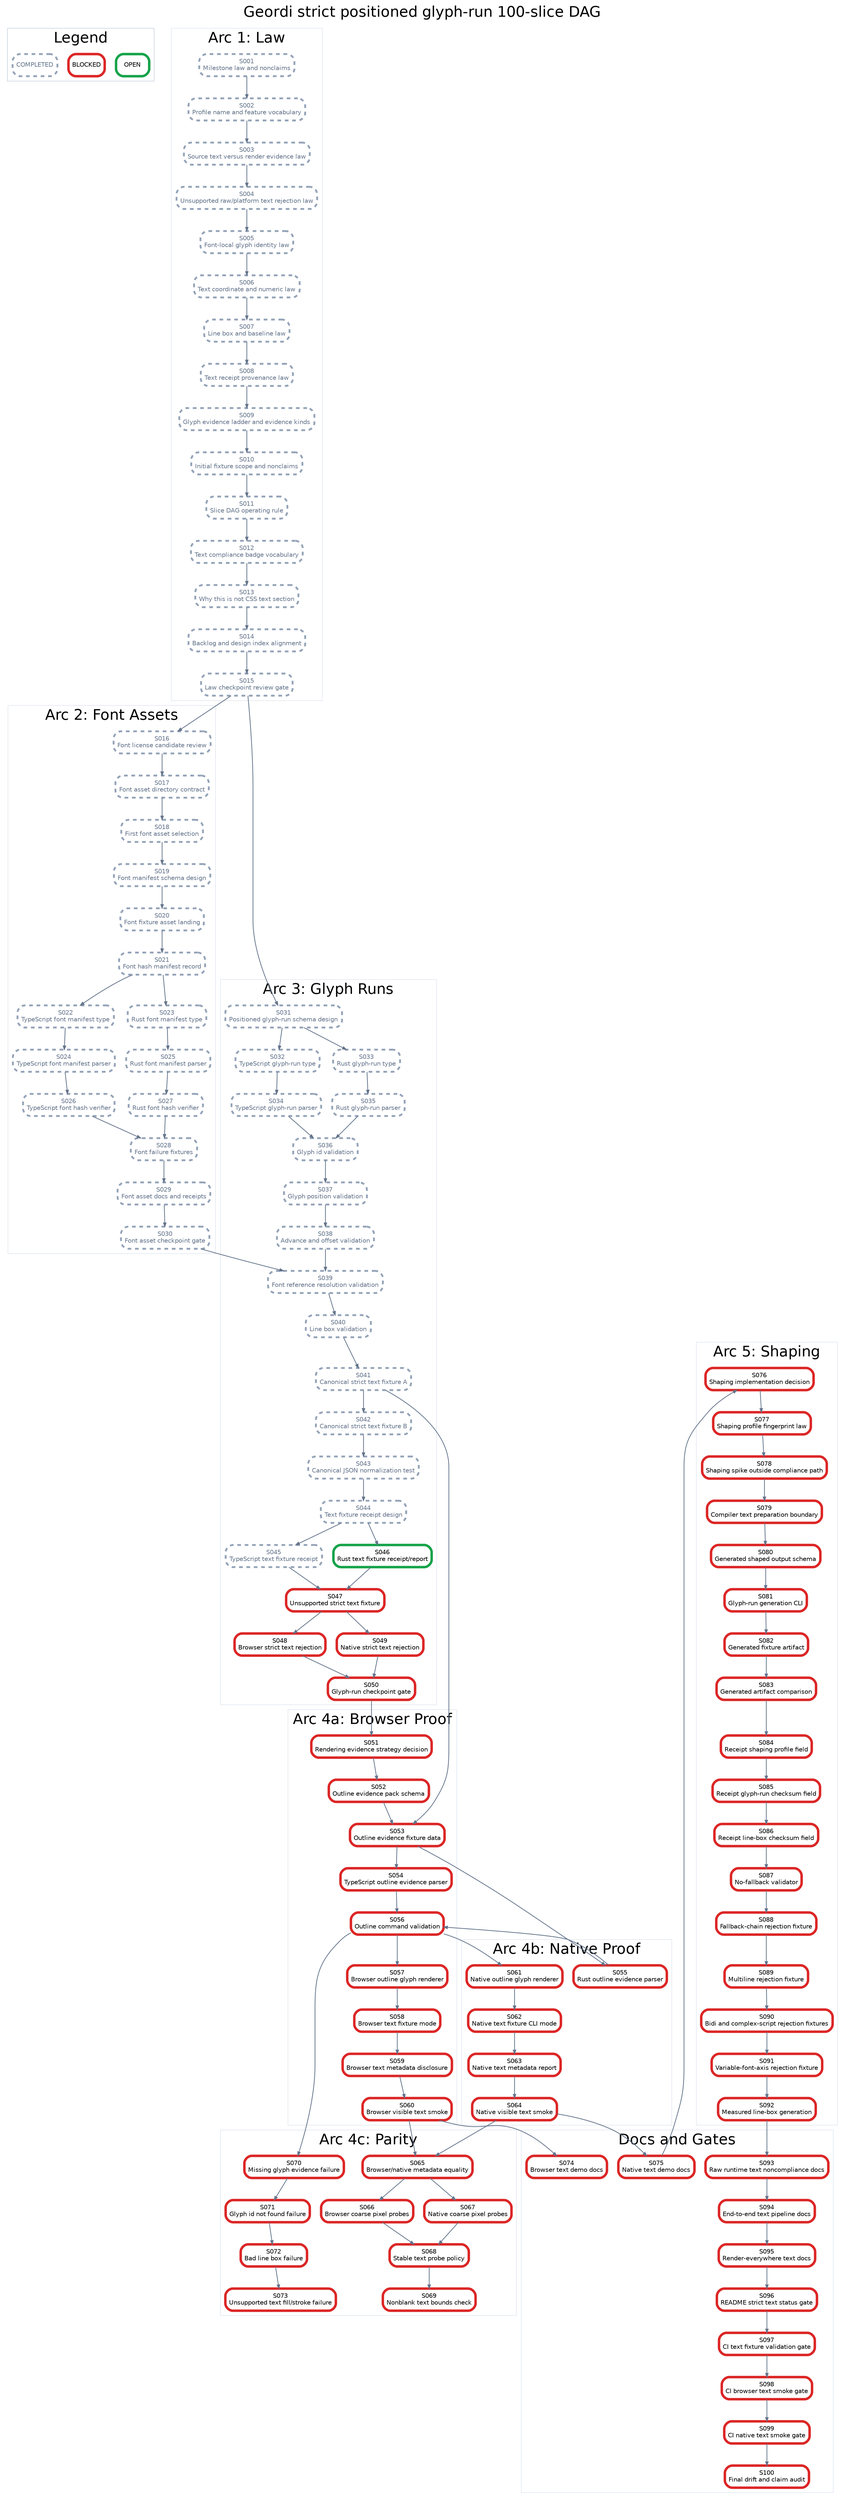
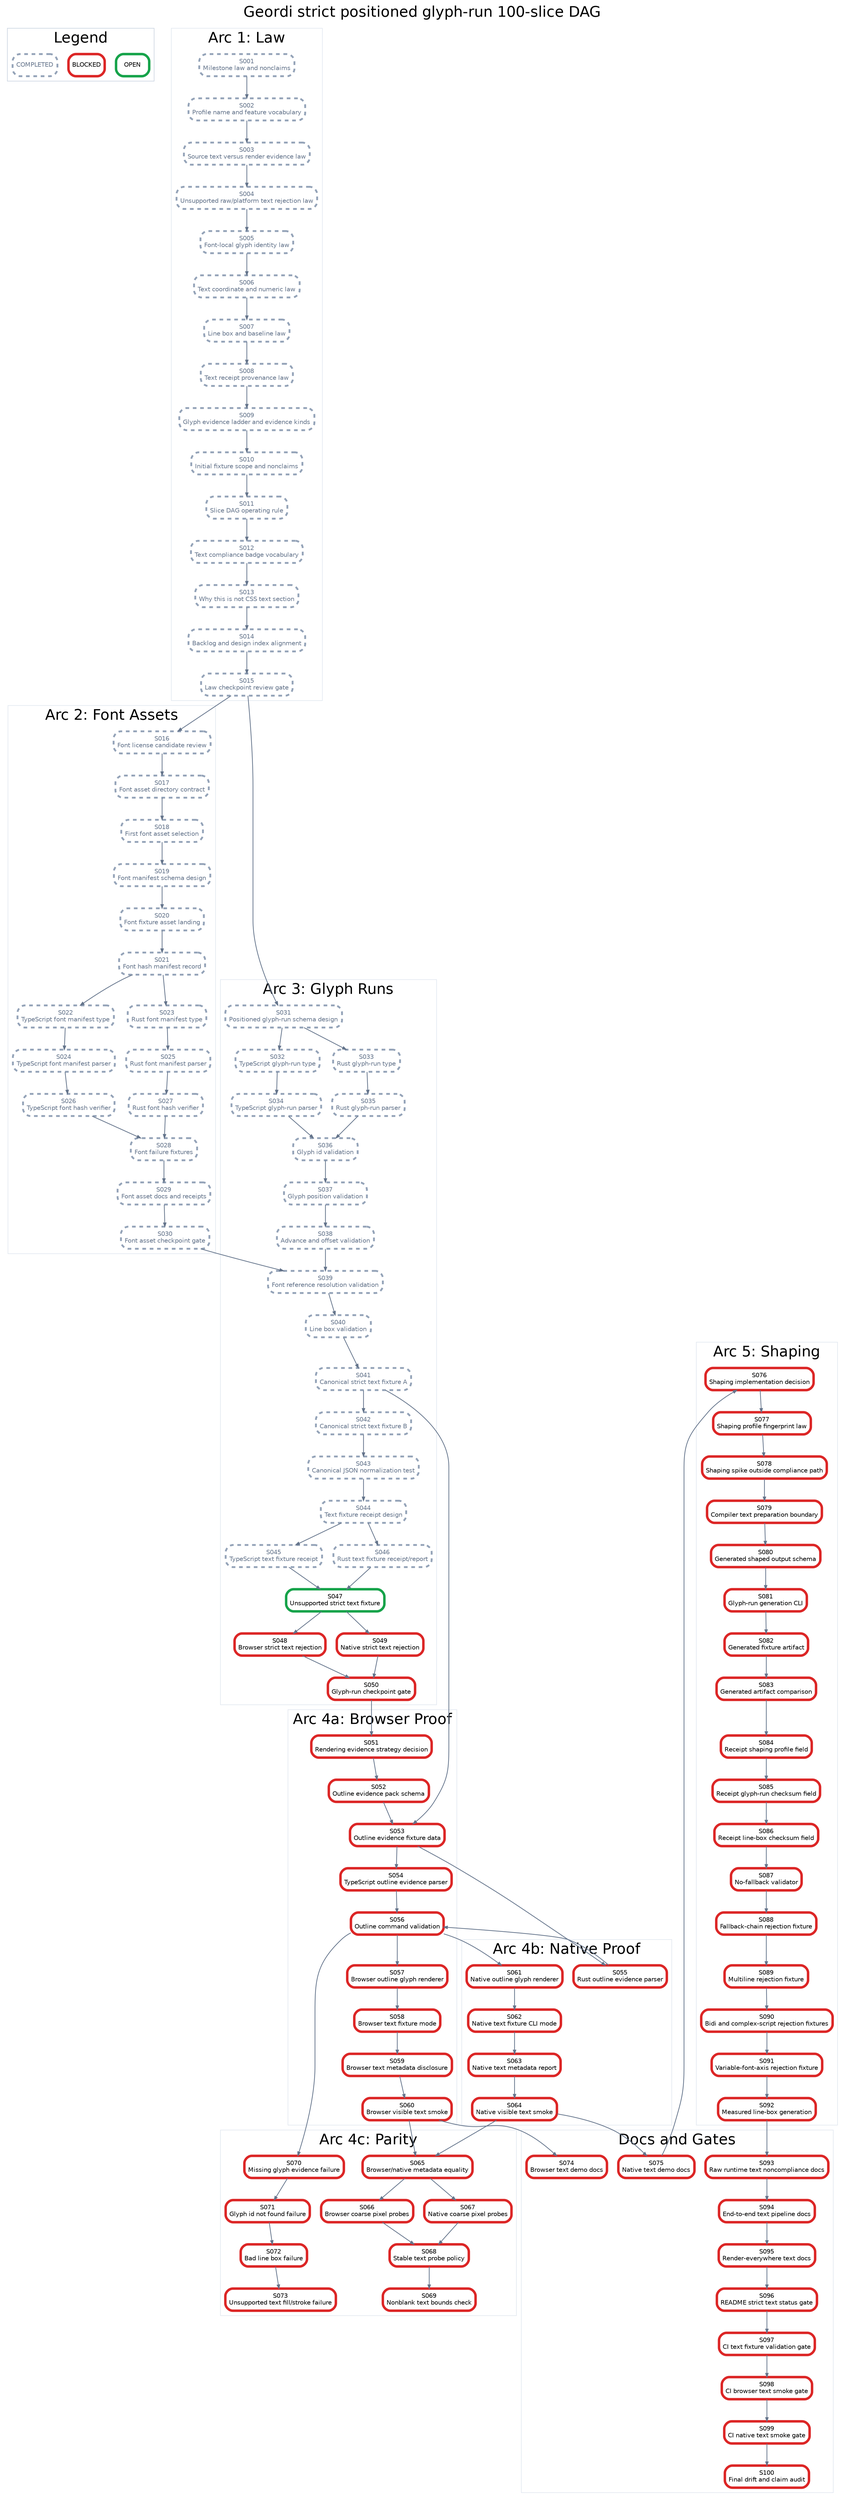
digraph StrictPositionedGlyphRunPlan {
  graph [rankdir=TB, bgcolor="white", fontname="Helvetica", label="Geordi strict positioned glyph-run 100-slice DAG", labelloc="t", fontsize=24];
  node [shape=box, style="rounded,filled", fillcolor="white", fontname="Helvetica", fontsize=10, margin="0.08,0.05"];
  edge [color="#64748b", arrowsize=0.6, penwidth=1.2];

  subgraph cluster_legend {
    label="Legend";
    color="#cbd5e1";
    legend_open [label="OPEN", color="#16a34a", penwidth=4];
    legend_blocked [label="BLOCKED", color="#dc2626", penwidth=4];
    legend_done [label="COMPLETED", color="#94a3b8", penwidth=3, style="rounded,filled,dashed", fontcolor="#64748b"];
  }

  subgraph cluster_law {
    label="Arc 1: Law";
    color="#e2e8f0";
    S001 [label="S001\nMilestone law and nonclaims", color="#94a3b8", penwidth=3, style="rounded,filled,dashed", fontcolor="#64748b"];
    S002 [label="S002\nProfile name and feature vocabulary", color="#94a3b8", penwidth=3, style="rounded,filled,dashed", fontcolor="#64748b"];
    S003 [label="S003\nSource text versus render evidence law", color="#94a3b8", penwidth=3, style="rounded,filled,dashed", fontcolor="#64748b"];
    S004 [label="S004\nUnsupported raw/platform text rejection law", color="#94a3b8", penwidth=3, style="rounded,filled,dashed", fontcolor="#64748b"];
    S005 [label="S005\nFont-local glyph identity law", color="#94a3b8", penwidth=3, style="rounded,filled,dashed", fontcolor="#64748b"];
    S006 [label="S006\nText coordinate and numeric law", color="#94a3b8", penwidth=3, style="rounded,filled,dashed", fontcolor="#64748b"];
    S007 [label="S007\nLine box and baseline law", color="#94a3b8", penwidth=3, style="rounded,filled,dashed", fontcolor="#64748b"];
    S008 [label="S008\nText receipt provenance law", color="#94a3b8", penwidth=3, style="rounded,filled,dashed", fontcolor="#64748b"];
    S009 [label="S009\nGlyph evidence ladder and evidence kinds", color="#94a3b8", penwidth=3, style="rounded,filled,dashed", fontcolor="#64748b"];
    S010 [label="S010\nInitial fixture scope and nonclaims", color="#94a3b8", penwidth=3, style="rounded,filled,dashed", fontcolor="#64748b"];
    S011 [label="S011\nSlice DAG operating rule", color="#94a3b8", penwidth=3, style="rounded,filled,dashed", fontcolor="#64748b"];
    S012 [label="S012\nText compliance badge vocabulary", color="#94a3b8", penwidth=3, style="rounded,filled,dashed", fontcolor="#64748b"];
    S013 [label="S013\nWhy this is not CSS text section", color="#94a3b8", penwidth=3, style="rounded,filled,dashed", fontcolor="#64748b"];
    S014 [label="S014\nBacklog and design index alignment", color="#94a3b8", penwidth=3, style="rounded,filled,dashed", fontcolor="#64748b"];
    S015 [label="S015\nLaw checkpoint review gate", color="#94a3b8", penwidth=3, style="rounded,filled,dashed", fontcolor="#64748b"];
  }

  subgraph cluster_assets {
    label="Arc 2: Font Assets";
    color="#e2e8f0";
    S016 [label="S016\nFont license candidate review", color="#94a3b8", penwidth=3, style="rounded,filled,dashed", fontcolor="#64748b"];
    S017 [label="S017\nFont asset directory contract", color="#94a3b8", penwidth=3, style="rounded,filled,dashed", fontcolor="#64748b"];
    S018 [label="S018\nFirst font asset selection", color="#94a3b8", penwidth=3, style="rounded,filled,dashed", fontcolor="#64748b"];
    S019 [label="S019\nFont manifest schema design", color="#94a3b8", penwidth=3, style="rounded,filled,dashed", fontcolor="#64748b"];
    S020 [label="S020\nFont fixture asset landing", color="#94a3b8", penwidth=3, style="rounded,filled,dashed", fontcolor="#64748b"];
    S021 [label="S021\nFont hash manifest record", color="#94a3b8", penwidth=3, style="rounded,filled,dashed", fontcolor="#64748b"];
    S022 [label="S022\nTypeScript font manifest type", color="#94a3b8", penwidth=3, style="rounded,filled,dashed", fontcolor="#64748b"];
    S023 [label="S023\nRust font manifest type", color="#94a3b8", penwidth=3, style="rounded,filled,dashed", fontcolor="#64748b"];
    S024 [label="S024\nTypeScript font manifest parser", color="#94a3b8", penwidth=3, style="rounded,filled,dashed", fontcolor="#64748b"];
    S025 [label="S025\nRust font manifest parser", color="#94a3b8", penwidth=3, style="rounded,filled,dashed", fontcolor="#64748b"];
    S026 [label="S026\nTypeScript font hash verifier", color="#94a3b8", penwidth=3, style="rounded,filled,dashed", fontcolor="#64748b"];
    S027 [label="S027\nRust font hash verifier", color="#94a3b8", penwidth=3, style="rounded,filled,dashed", fontcolor="#64748b"];
    S028 [label="S028\nFont failure fixtures", color="#94a3b8", penwidth=3, style="rounded,filled,dashed", fontcolor="#64748b"];
    S029 [label="S029\nFont asset docs and receipts", color="#94a3b8", penwidth=3, style="rounded,filled,dashed", fontcolor="#64748b"];
    S030 [label="S030\nFont asset checkpoint gate", color="#94a3b8", penwidth=3, style="rounded,filled,dashed", fontcolor="#64748b"];
  }

  subgraph cluster_glyph {
    label="Arc 3: Glyph Runs";
    color="#e2e8f0";
    S031 [label="S031\nPositioned glyph-run schema design", color="#94a3b8", penwidth=3, style="rounded,filled,dashed", fontcolor="#64748b"];
    S032 [label="S032\nTypeScript glyph-run type", color="#94a3b8", penwidth=3, style="rounded,filled,dashed", fontcolor="#64748b"];
    S033 [label="S033\nRust glyph-run type", color="#94a3b8", penwidth=3, style="rounded,filled,dashed", fontcolor="#64748b"];
    S034 [label="S034\nTypeScript glyph-run parser", color="#94a3b8", penwidth=3, style="rounded,filled,dashed", fontcolor="#64748b"];
    S035 [label="S035\nRust glyph-run parser", color="#94a3b8", penwidth=3, style="rounded,filled,dashed", fontcolor="#64748b"];
    S036 [label="S036\nGlyph id validation", color="#94a3b8", penwidth=3, style="rounded,filled,dashed", fontcolor="#64748b"];
    S037 [label="S037\nGlyph position validation", color="#94a3b8", penwidth=3, style="rounded,filled,dashed", fontcolor="#64748b"];
    S038 [label="S038\nAdvance and offset validation", color="#94a3b8", penwidth=3, style="rounded,filled,dashed", fontcolor="#64748b"];
    S039 [label="S039\nFont reference resolution validation", color="#94a3b8", penwidth=3, style="rounded,filled,dashed", fontcolor="#64748b"];
    S040 [label="S040\nLine box validation", color="#94a3b8", penwidth=3, style="rounded,filled,dashed", fontcolor="#64748b"];
    S041 [label="S041\nCanonical strict text fixture A", color="#94a3b8", penwidth=3, style="rounded,filled,dashed", fontcolor="#64748b"];
    S042 [label="S042\nCanonical strict text fixture B", color="#94a3b8", penwidth=3, style="rounded,filled,dashed", fontcolor="#64748b"];
    S043 [label="S043\nCanonical JSON normalization test", color="#94a3b8", penwidth=3, style="rounded,filled,dashed", fontcolor="#64748b"];
    S044 [label="S044\nText fixture receipt design", color="#94a3b8", penwidth=3, style="rounded,filled,dashed", fontcolor="#64748b"];
    S045 [label="S045\nTypeScript text fixture receipt", color="#94a3b8", penwidth=3, style="rounded,filled,dashed", fontcolor="#64748b"];
-     S046 [label="S046\nRust text fixture receipt/report", color="#16a34a", penwidth=4];
-     S047 [label="S047\nUnsupported strict text fixture", color="#dc2626", penwidth=4];
+     S046 [label="S046\nRust text fixture receipt/report", color="#94a3b8", penwidth=3, style="rounded,filled,dashed", fontcolor="#64748b"];
+     S047 [label="S047\nUnsupported strict text fixture", color="#16a34a", penwidth=4];
    S048 [label="S048\nBrowser strict text rejection", color="#dc2626", penwidth=4];
    S049 [label="S049\nNative strict text rejection", color="#dc2626", penwidth=4];
    S050 [label="S050\nGlyph-run checkpoint gate", color="#dc2626", penwidth=4];
  }

  subgraph cluster_browser {
    label="Arc 4a: Browser Proof";
    color="#e2e8f0";
    S051 [label="S051\nRendering evidence strategy decision", color="#dc2626", penwidth=4];
    S052 [label="S052\nOutline evidence pack schema", color="#dc2626", penwidth=4];
    S053 [label="S053\nOutline evidence fixture data", color="#dc2626", penwidth=4];
    S054 [label="S054\nTypeScript outline evidence parser", color="#dc2626", penwidth=4];
    S056 [label="S056\nOutline command validation", color="#dc2626", penwidth=4];
    S057 [label="S057\nBrowser outline glyph renderer", color="#dc2626", penwidth=4];
    S058 [label="S058\nBrowser text fixture mode", color="#dc2626", penwidth=4];
    S059 [label="S059\nBrowser text metadata disclosure", color="#dc2626", penwidth=4];
    S060 [label="S060\nBrowser visible text smoke", color="#dc2626", penwidth=4];
  }

  subgraph cluster_native {
    label="Arc 4b: Native Proof";
    color="#e2e8f0";
    S055 [label="S055\nRust outline evidence parser", color="#dc2626", penwidth=4];
    S061 [label="S061\nNative outline glyph renderer", color="#dc2626", penwidth=4];
    S062 [label="S062\nNative text fixture CLI mode", color="#dc2626", penwidth=4];
    S063 [label="S063\nNative text metadata report", color="#dc2626", penwidth=4];
    S064 [label="S064\nNative visible text smoke", color="#dc2626", penwidth=4];
  }

  subgraph cluster_parity {
    label="Arc 4c: Parity";
    color="#e2e8f0";
    S065 [label="S065\nBrowser/native metadata equality", color="#dc2626", penwidth=4];
    S066 [label="S066\nBrowser coarse pixel probes", color="#dc2626", penwidth=4];
    S067 [label="S067\nNative coarse pixel probes", color="#dc2626", penwidth=4];
    S068 [label="S068\nStable text probe policy", color="#dc2626", penwidth=4];
    S069 [label="S069\nNonblank text bounds check", color="#dc2626", penwidth=4];
    S070 [label="S070\nMissing glyph evidence failure", color="#dc2626", penwidth=4];
    S071 [label="S071\nGlyph id not found failure", color="#dc2626", penwidth=4];
    S072 [label="S072\nBad line box failure", color="#dc2626", penwidth=4];
    S073 [label="S073\nUnsupported text fill/stroke failure", color="#dc2626", penwidth=4];
  }

  subgraph cluster_shaping {
    label="Arc 5: Shaping";
    color="#e2e8f0";
    S076 [label="S076\nShaping implementation decision", color="#dc2626", penwidth=4];
    S077 [label="S077\nShaping profile fingerprint law", color="#dc2626", penwidth=4];
    S078 [label="S078\nShaping spike outside compliance path", color="#dc2626", penwidth=4];
    S079 [label="S079\nCompiler text preparation boundary", color="#dc2626", penwidth=4];
    S080 [label="S080\nGenerated shaped output schema", color="#dc2626", penwidth=4];
    S081 [label="S081\nGlyph-run generation CLI", color="#dc2626", penwidth=4];
    S082 [label="S082\nGenerated fixture artifact", color="#dc2626", penwidth=4];
    S083 [label="S083\nGenerated artifact comparison", color="#dc2626", penwidth=4];
    S084 [label="S084\nReceipt shaping profile field", color="#dc2626", penwidth=4];
    S085 [label="S085\nReceipt glyph-run checksum field", color="#dc2626", penwidth=4];
    S086 [label="S086\nReceipt line-box checksum field", color="#dc2626", penwidth=4];
    S087 [label="S087\nNo-fallback validator", color="#dc2626", penwidth=4];
    S088 [label="S088\nFallback-chain rejection fixture", color="#dc2626", penwidth=4];
    S089 [label="S089\nMultiline rejection fixture", color="#dc2626", penwidth=4];
    S090 [label="S090\nBidi and complex-script rejection fixtures", color="#dc2626", penwidth=4];
    S091 [label="S091\nVariable-font-axis rejection fixture", color="#dc2626", penwidth=4];
    S092 [label="S092\nMeasured line-box generation", color="#dc2626", penwidth=4];
  }

  subgraph cluster_docs {
    label="Docs and Gates";
    color="#e2e8f0";
    S074 [label="S074\nBrowser text demo docs", color="#dc2626", penwidth=4];
    S075 [label="S075\nNative text demo docs", color="#dc2626", penwidth=4];
    S093 [label="S093\nRaw runtime text noncompliance docs", color="#dc2626", penwidth=4];
    S094 [label="S094\nEnd-to-end text pipeline docs", color="#dc2626", penwidth=4];
    S095 [label="S095\nRender-everywhere text docs", color="#dc2626", penwidth=4];
    S096 [label="S096\nREADME strict text status gate", color="#dc2626", penwidth=4];
    S097 [label="S097\nCI text fixture validation gate", color="#dc2626", penwidth=4];
    S098 [label="S098\nCI browser text smoke gate", color="#dc2626", penwidth=4];
    S099 [label="S099\nCI native text smoke gate", color="#dc2626", penwidth=4];
    S100 [label="S100\nFinal drift and claim audit", color="#dc2626", penwidth=4];
  }

  S001 -> S002;
  S002 -> S003;
  S003 -> S004;
  S004 -> S005;
  S005 -> S006;
  S006 -> S007;
  S007 -> S008;
  S008 -> S009;
  S009 -> S010;
  S010 -> S011;
  S011 -> S012;
  S012 -> S013;
  S013 -> S014;
  S014 -> S015;
  S015 -> S016;
  S016 -> S017;
  S017 -> S018;
  S018 -> S019;
  S019 -> S020;
  S020 -> S021;
  S021 -> S022;
  S021 -> S023;
  S022 -> S024;
  S023 -> S025;
  S024 -> S026;
  S025 -> S027;
  S026 -> S028;
  S027 -> S028;
  S028 -> S029;
  S029 -> S030;
  S015 -> S031;
  S031 -> S032;
  S031 -> S033;
  S032 -> S034;
  S033 -> S035;
  S034 -> S036;
  S035 -> S036;
  S036 -> S037;
  S037 -> S038;
  S038 -> S039;
  S039 -> S040;
  S030 -> S039;
  S040 -> S041;
  S041 -> S042;
  S042 -> S043;
  S043 -> S044;
  S044 -> S045;
  S044 -> S046;
  S045 -> S047;
  S046 -> S047;
  S047 -> S048;
  S047 -> S049;
  S048 -> S050;
  S049 -> S050;
  S050 -> S051;
  S051 -> S052;
  S052 -> S053;
  S041 -> S053;
  S053 -> S054;
  S053 -> S055;
  S054 -> S056;
  S055 -> S056;
  S056 -> S057;
  S057 -> S058;
  S058 -> S059;
  S059 -> S060;
  S056 -> S061;
  S061 -> S062;
  S062 -> S063;
  S063 -> S064;
  S060 -> S065;
  S064 -> S065;
  S065 -> S066;
  S065 -> S067;
  S066 -> S068;
  S067 -> S068;
  S068 -> S069;
  S056 -> S070;
  S070 -> S071;
  S071 -> S072;
  S072 -> S073;
  S060 -> S074;
  S064 -> S075;
  S075 -> S076;
  S076 -> S077;
  S077 -> S078;
  S078 -> S079;
  S079 -> S080;
  S080 -> S081;
  S081 -> S082;
  S082 -> S083;
  S083 -> S084;
  S084 -> S085;
  S085 -> S086;
  S086 -> S087;
  S087 -> S088;
  S088 -> S089;
  S089 -> S090;
  S090 -> S091;
  S091 -> S092;
  S092 -> S093;
  S093 -> S094;
  S094 -> S095;
  S095 -> S096;
  S096 -> S097;
  S097 -> S098;
  S098 -> S099;
  S099 -> S100;
}
